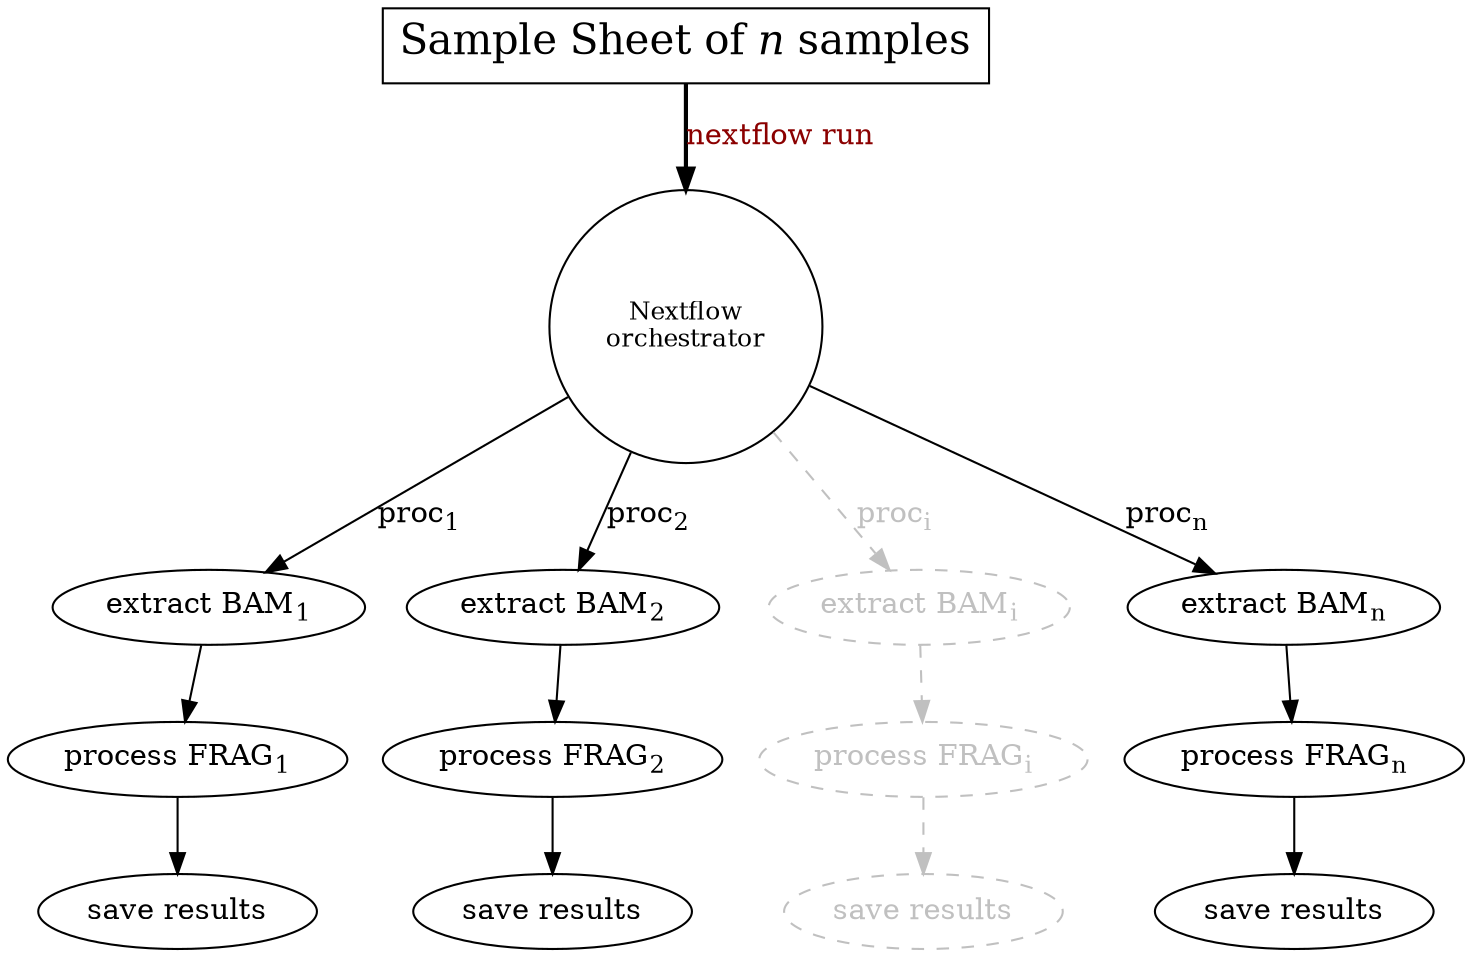
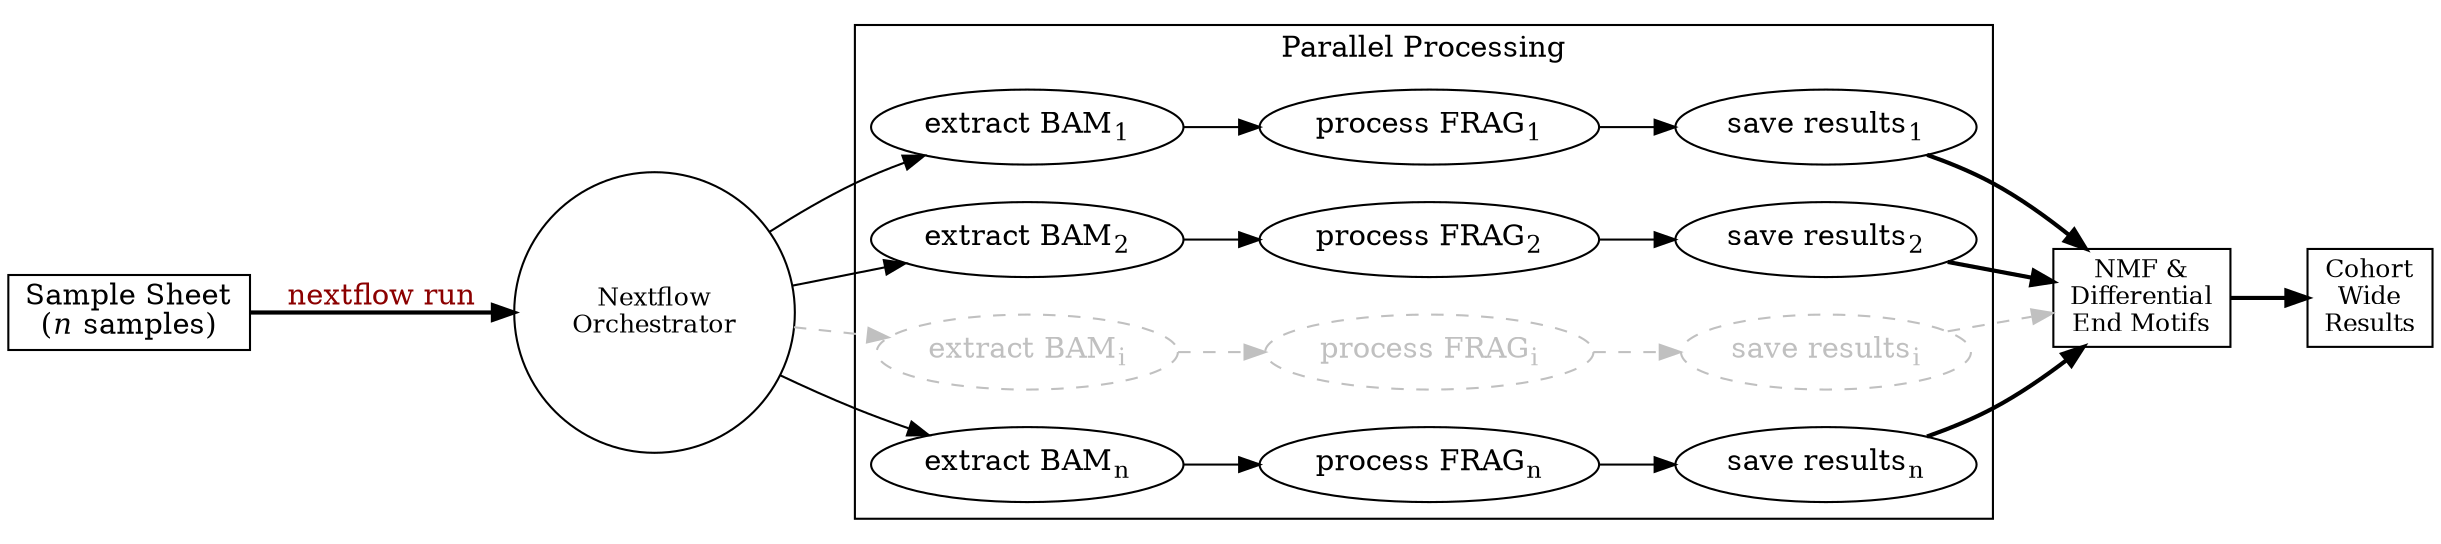
// This file is part of `pyfraglib`, a software suite to calculate fragmentomics
// features from cfDNA and perform downstream analyses.
//
// Copyright (C) 2024 Daniel Schütte, daniel.schuette@iccb-cologne.org
//
// This program is free software: you can redistribute it and/or modify it under
// the terms of the GNU General Public License as published by the Free Software
// Foundation, either version 3 of the License, or (at your option) any later
// version. This program is distributed in the hope that it will be useful, but
// WITHOUT ANY WARRANTY; without even the implied warranty of MERCHANTABILITY or
// FITNESS FOR A PARTICULAR PURPOSE.  See the GNU General Public License for
// more details. You should have received a copy of the GNU General Public
// License along with this program. If not, see <https://www.gnu.org/licenses/>.

digraph Nextflow_Pipeline {
-     // Sometimes, we want a transparent figure for presentations, etc.
+     rankdir=LR;
    // > bgcolor="transparent";
+ 
+     subgraph cluster_individual {
+         label="Parallel Processing";
+         style=solid;
+         fontsize=14;
+ 
+         C1 [label=<extract BAM<SUB>1</SUB>>];
+         C2 [label=<extract BAM<SUB>2</SUB>>];
+         Ci [label=<extract BAM<SUB>i</SUB>>,fontcolor=gray,color=gray,style=dashed];
+         Cn [label=<extract BAM<SUB>n</SUB>>];
+ 
+         D1 [label=<process FRAG<SUB>1</SUB>>];
+         D2 [label=<process FRAG<SUB>2</SUB>>];
+         Di [label=<process FRAG<SUB>i</SUB>>,fontcolor=gray,color=gray,style=dashed];
+         Dn [label=<process FRAG<SUB>n</SUB>>];
+ 
+         E1 [label=<save results<SUB>1</SUB>>];
+         E2 [label=<save results<SUB>2</SUB>>];
+         Ei [label=<save results<SUB>i</SUB>>,fontcolor=gray,color=gray,style=dashed];
+         En [label=<save results<SUB>n</SUB>>];
+ 
+         C1 -> D1 -> E1;
+         C2 -> D2 -> E2;
+         Ci -> Di -> Ei [fontcolor=gray,color=gray,style=dashed];
+         Cn -> Dn -> En;
+     }
+ 
+     F [label="NMF &\nDifferential\nEnd Motifs",shape=box,fontsize=12];
+     G [label="Cohort\nWide\nResults",shape=box,fontsize=12];
+ 
    A -> B [label="nextflow run",fontcolor=darkred,style=bold];
-     B -> C1 [label=<proc<SUB>1</SUB>>];
-     B -> C2 [label=<proc<SUB>2</SUB>>];
-     B -> Ci [label=<proc<SUB>i</SUB>>,fontcolor=gray,color=gray,style=dashed];
-     B -> Cn [label=<proc<SUB>n</SUB>>];
+     B -> C1;
+     B -> C2;
+     B -> Ci [color=gray,style=dashed];
+     B -> Cn;

-     C1 -> D1;
-     C2 -> D2;
-     Ci -> Di [fontcolor=gray,color=gray,style=dashed];
-     Cn -> Dn;
+     E1 -> F [style=bold];
+     E2 -> F [style=bold];
+     Ei -> F [fontcolor=gray,color=gray,style=dashed];
+     En -> F [style=bold];
+     F -> G [style=bold];

-     D1 -> E1;
-     D2 -> E2;
-     Di -> Ei [fontcolor=gray,color=gray,style=dashed];
-     Dn -> En;
- 
-     A [label=<Sample Sheet of <I>n</I> samples>,shape=box,fontsize=20];
-     B [label="Nextflow\norchestrator",shape=circle,fontsize=12];
- 
-     C1 [label=<extract BAM<SUB>1</SUB>>];
-     C2 [label=<extract BAM<SUB>2</SUB>>];
-     Ci [label=<extract BAM<SUB>i</SUB>>,fontcolor=gray,color=gray,style=dashed];
-     Cn [label=<extract BAM<SUB>n</SUB>>];
- 
-     D1 [label=<process FRAG<SUB>1</SUB>>];
-     D2 [label=<process FRAG<SUB>2</SUB>>];
-     Di [label=<process FRAG<SUB>i</SUB>>,fontcolor=gray,color=gray,style=dashed];
-     Dn [label=<process FRAG<SUB>n</SUB>>];
- 
-     E1 [label="save results"];
-     E2 [label="save results"];
-     Ei [label="save results",fontcolor=gray,color=gray,style=dashed];
-     En [label="save results"];
+     A [label=<Sample Sheet<BR/>(<I>n</I> samples)>,shape=box,fontsize=14];
+     B [label="Nextflow\nOrchestrator",shape=circle,fontsize=12];
}
